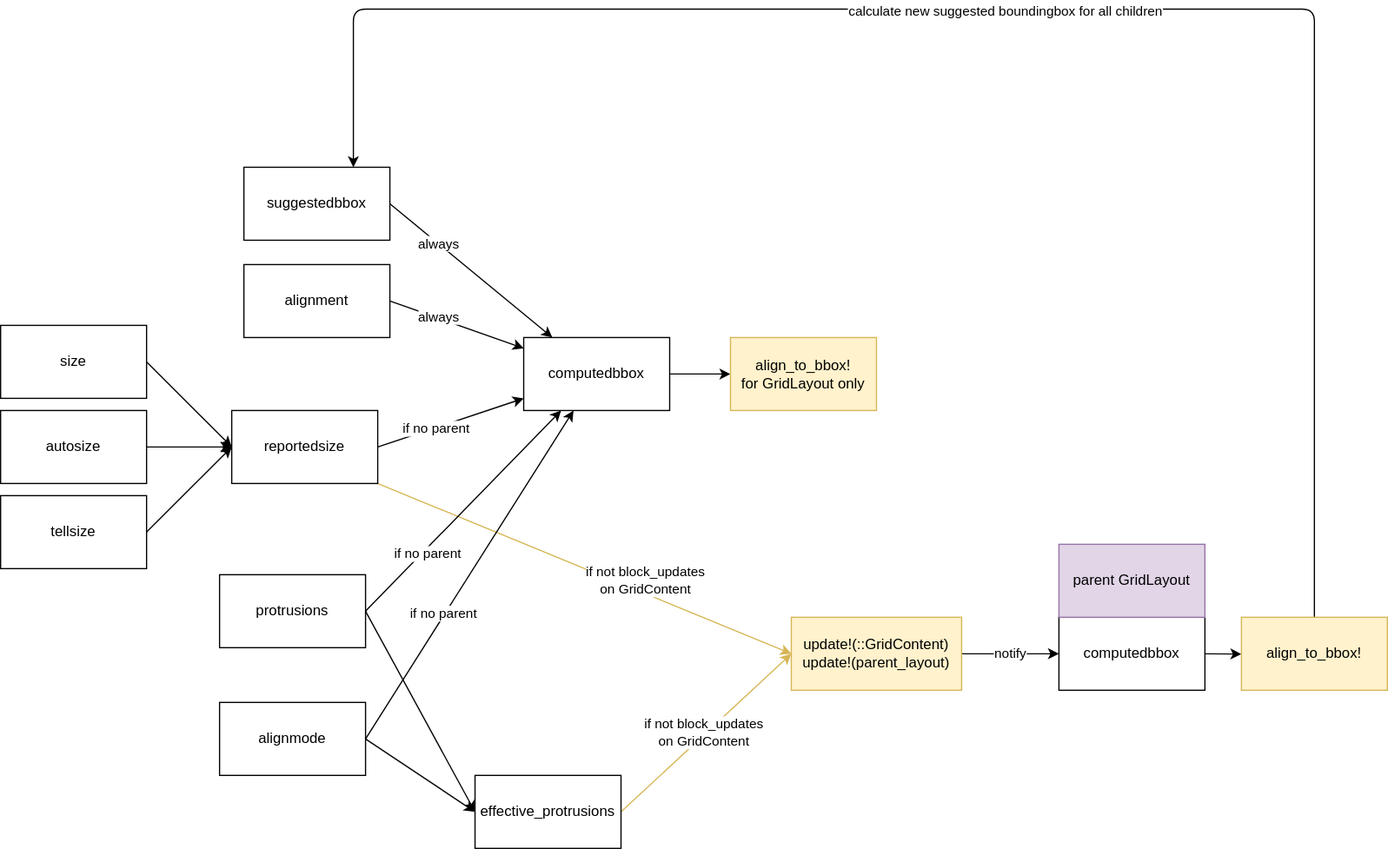
Before: gridlayout_updates.drawio.svg, a diagram exported from draw.io (jkrumbiegel/GridLayoutBase.jl). Source tidied: cells renumbered, new cells last; positions are measured from the earlier drawing's top-left corner, leaving out a move shared by most shapes.
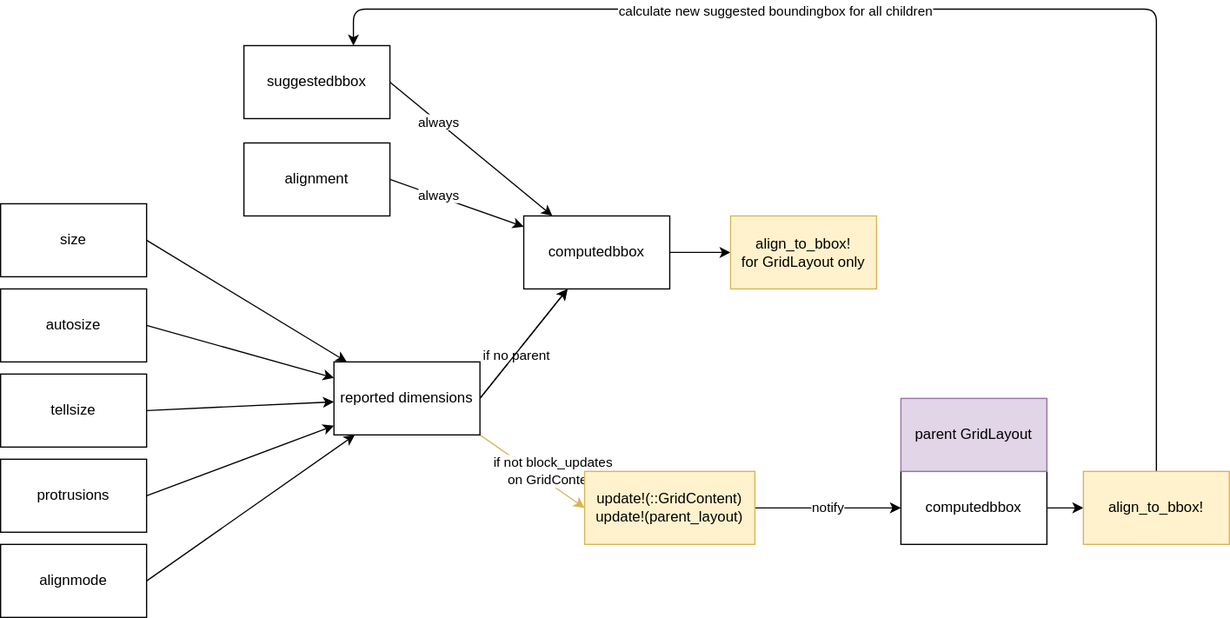
Above is the later version.

Change to the diagram source:
```diff
@@ -29,73 +29,47 @@
     <mxCell id="10" value="if not block_updates&lt;br&gt;on GridContent" style="edgeStyle=none;html=1;exitX=1;exitY=1;exitDx=0;exitDy=0;entryX=0;entryY=0.5;entryDx=0;entryDy=0;fillColor=#fff2cc;strokeColor=#d6b656;" parent="1" edge="1" source="11" target="32">
       <mxGeometry x="0.27" y="10" relative="1" as="geometry" />
     </mxCell>
-    <mxCell id="11" value="reportedsize" style="rounded=0;whiteSpace=wrap;html=1;" parent="1" vertex="1">
-      <mxGeometry x="190" y="330" width="120" height="60" as="geometry" />
-    </mxCell>
     <mxCell id="12" style="edgeStyle=none;html=1;exitX=1;exitY=0.5;exitDx=0;exitDy=0;" parent="1" edge="1" source="13" target="33">
       <mxGeometry relative="1" as="geometry" />
     </mxCell>
     <mxCell id="13" value="computedbbox" style="rounded=0;whiteSpace=wrap;html=1;" parent="1" vertex="1">
       <mxGeometry x="430" y="270" width="120" height="60" as="geometry" />
     </mxCell>
-    <mxCell id="14" style="edgeStyle=none;html=1;exitX=1;exitY=0.5;exitDx=0;exitDy=0;entryX=0;entryY=0.5;entryDx=0;entryDy=0;" parent="1" edge="1" source="17" target="20">
-      <mxGeometry relative="1" as="geometry" />
-    </mxCell>
-    <mxCell id="15" style="edgeStyle=none;html=1;exitX=1;exitY=0.5;exitDx=0;exitDy=0;" parent="1" edge="1" source="17" target="13">
+    <mxCell id="15" style="edgeStyle=none;html=1;exitX=1;exitY=0.5;exitDx=0;exitDy=0;" parent="1" edge="1" source="17" target="11">
       <mxGeometry relative="1" as="geometry" />
     </mxCell>
-    <mxCell id="16" value="if no parent" style="edgeLabel;html=1;align=center;verticalAlign=middle;" parent="15" vertex="1">
-      <mxGeometry x="-0.4" y="-3" relative="1" as="geometry" />
-    </mxCell>
     <mxCell id="17" value="protrusions" style="rounded=0;whiteSpace=wrap;html=1;" parent="1" vertex="1">
-      <mxGeometry x="180" y="465" width="120" height="60" as="geometry" />
+      <mxGeometry y="470" width="120" height="60" as="geometry" />
     </mxCell>
-    <mxCell id="18" style="edgeStyle=none;html=1;exitX=1;exitY=0.5;exitDx=0;exitDy=0;entryX=0;entryY=0.5;entryDx=0;entryDy=0;fillColor=#fff2cc;strokeColor=#d6b656;" parent="1" edge="1" source="20" target="32">
-      <mxGeometry relative="1" as="geometry" />
-    </mxCell>
-    <mxCell id="19" value="if not block_updates&lt;br&gt;on GridContent" style="edgeLabel;html=1;align=center;verticalAlign=middle;" parent="18" vertex="1">
-      <mxGeometry x="-0.02" y="2" relative="1" as="geometry" />
-    </mxCell>
-    <mxCell id="20" value="effective_protrusions" style="rounded=0;whiteSpace=wrap;html=1;" parent="1" vertex="1">
-      <mxGeometry x="390" y="630" width="120" height="60" as="geometry" />
-    </mxCell>
-    <mxCell id="21" style="edgeStyle=none;html=1;exitX=1;exitY=0.5;exitDx=0;exitDy=0;entryX=0;entryY=0.5;entryDx=0;entryDy=0;" parent="1" edge="1" source="22" target="11">
+    <mxCell id="21" style="edgeStyle=none;html=1;exitX=1;exitY=0.5;exitDx=0;exitDy=0;" parent="1" edge="1" source="22" target="11">
       <mxGeometry relative="1" as="geometry" />
     </mxCell>
     <mxCell id="22" value="size" style="whiteSpace=wrap;html=1;" parent="1" vertex="1">
       <mxGeometry y="260" width="120" height="60" as="geometry" />
     </mxCell>
-    <mxCell id="23" style="edgeStyle=none;html=1;exitX=1;exitY=0.5;exitDx=0;exitDy=0;entryX=0;entryY=0.5;entryDx=0;entryDy=0;" parent="1" edge="1" source="24" target="11">
+    <mxCell id="23" style="edgeStyle=none;html=1;exitX=1;exitY=0.5;exitDx=0;exitDy=0;" parent="1" edge="1" source="24" target="11">
       <mxGeometry relative="1" as="geometry" />
     </mxCell>
     <mxCell id="24" value="autosize" style="whiteSpace=wrap;html=1;" parent="1" vertex="1">
       <mxGeometry y="330" width="120" height="60" as="geometry" />
     </mxCell>
-    <mxCell id="25" style="edgeStyle=none;html=1;exitX=1;exitY=0.5;exitDx=0;exitDy=0;entryX=0;entryY=0.5;entryDx=0;entryDy=0;" parent="1" edge="1" source="26" target="11">
+    <mxCell id="25" style="edgeStyle=none;html=1;exitX=1;exitY=0.5;exitDx=0;exitDy=0;" parent="1" edge="1" source="26" target="11">
       <mxGeometry relative="1" as="geometry" />
     </mxCell>
     <mxCell id="26" value="tellsize" style="whiteSpace=wrap;html=1;" parent="1" vertex="1">
       <mxGeometry y="400" width="120" height="60" as="geometry" />
     </mxCell>
-    <mxCell id="27" style="edgeStyle=none;html=1;exitX=1;exitY=0.5;exitDx=0;exitDy=0;entryX=0;entryY=0.5;entryDx=0;entryDy=0;" parent="1" edge="1" source="30" target="20">
-      <mxGeometry relative="1" as="geometry" />
-    </mxCell>
-    <mxCell id="28" style="edgeStyle=none;html=1;exitX=1;exitY=0.5;exitDx=0;exitDy=0;" parent="1" edge="1" source="30" target="13">
+    <mxCell id="28" style="edgeStyle=none;html=1;exitX=1;exitY=0.5;exitDx=0;exitDy=0;startArrow=none;" parent="1" edge="1" source="11" target="13">
       <mxGeometry relative="1" as="geometry" />
     </mxCell>
-    <mxCell id="29" value="if no parent" style="edgeLabel;html=1;align=center;verticalAlign=middle;" parent="28" vertex="1">
-      <mxGeometry x="-0.23" y="2" relative="1" as="geometry">
-        <mxPoint y="1" as="offset" />
-      </mxGeometry>
-    </mxCell>
     <mxCell id="30" value="alignmode" style="rounded=0;whiteSpace=wrap;html=1;" parent="1" vertex="1">
-      <mxGeometry x="180" y="570" width="120" height="60" as="geometry" />
+      <mxGeometry y="540" width="120" height="60" as="geometry" />
     </mxCell>
     <mxCell id="31" value="notify" style="edgeStyle=elbowEdgeStyle;elbow=horizontal;html=1;exitX=1;exitY=0.5;exitDx=0;exitDy=0;entryX=0;entryY=0.5;entryDx=0;entryDy=0;" parent="1" edge="1" source="32" target="35">
       <mxGeometry relative="1" as="geometry" />
     </mxCell>
     <mxCell id="32" value="update!(::GridContent)&lt;br&gt;update!(parent_layout)" style="whiteSpace=wrap;html=1;fillColor=#fff2cc;strokeColor=#d6b656;" parent="1" vertex="1">
-      <mxGeometry x="650" y="500" width="140" height="60" as="geometry" />
+      <mxGeometry x="480" y="480" width="140" height="60" as="geometry" />
     </mxCell>
     <mxCell id="33" value="align_to_bbox!&lt;br&gt;for GridLayout only" style="whiteSpace=wrap;html=1;fillColor=#fff2cc;strokeColor=#d6b656;" parent="1" vertex="1">
       <mxGeometry x="600" y="270" width="120" height="60" as="geometry" />
@@ -104,23 +78,31 @@
       <mxGeometry relative="1" as="geometry" />
     </mxCell>
     <mxCell id="35" value="computedbbox" style="rounded=0;whiteSpace=wrap;html=1;" parent="1" vertex="1">
-      <mxGeometry x="870" y="500" width="120" height="60" as="geometry" />
+      <mxGeometry x="740" y="480" width="120" height="60" as="geometry" />
     </mxCell>
     <mxCell id="36" value="parent GridLayout" style="rounded=0;whiteSpace=wrap;html=1;fontStyle=0;fillColor=#e1d5e7;strokeColor=#9673a6;" parent="1" vertex="1">
-      <mxGeometry x="870" y="440" width="120" height="60" as="geometry" />
+      <mxGeometry x="740" y="420" width="120" height="60" as="geometry" />
     </mxCell>
     <mxCell id="37" style="edgeStyle=elbowEdgeStyle;elbow=vertical;html=1;exitX=0.5;exitY=0;exitDx=0;exitDy=0;entryX=0.75;entryY=0;entryDx=0;entryDy=0;" parent="1" edge="1" source="39" target="4">
       <mxGeometry relative="1" as="geometry">
         <Array as="points">
-          <mxPoint x="760" />
+          <mxPoint x="620" y="100" />
         </Array>
       </mxGeometry>
     </mxCell>
     <mxCell id="38" value="calculate new suggested boundingbox for all children" style="edgeLabel;html=1;align=center;verticalAlign=middle;" parent="37" vertex="1">
-      <mxGeometry x="0.06" y="1" relative="1" as="geometry" />
+      <mxGeometry x="0.06" y="1" relative="1" as="geometry">
+        <mxPoint x="-125" as="offset" />
+      </mxGeometry>
     </mxCell>
     <mxCell id="39" value="align_to_bbox!" style="whiteSpace=wrap;html=1;fillColor=#fff2cc;strokeColor=#d6b656;" parent="1" vertex="1">
-      <mxGeometry x="1020" y="500" width="120" height="60" as="geometry" />
+      <mxGeometry x="890" y="480" width="120" height="60" as="geometry" />
     </mxCell>
+    <mxCell id="11" value="reported dimensions" style="rounded=0;whiteSpace=wrap;html=1;" parent="1" vertex="1">
+      <mxGeometry x="274" y="390" width="120" height="60" as="geometry" />
+    </mxCell>
+    <mxCell id="40" style="edgeStyle=none;html=1;exitX=1;exitY=0.5;exitDx=0;exitDy=0;endArrow=classic;startArrow=none;startFill=0;endFill=1;" parent="1" edge="1" source="30" target="11">
+      <mxGeometry relative="1" as="geometry" />
+    </mxCell>
   </root>
 </mxGraphModel>
```
